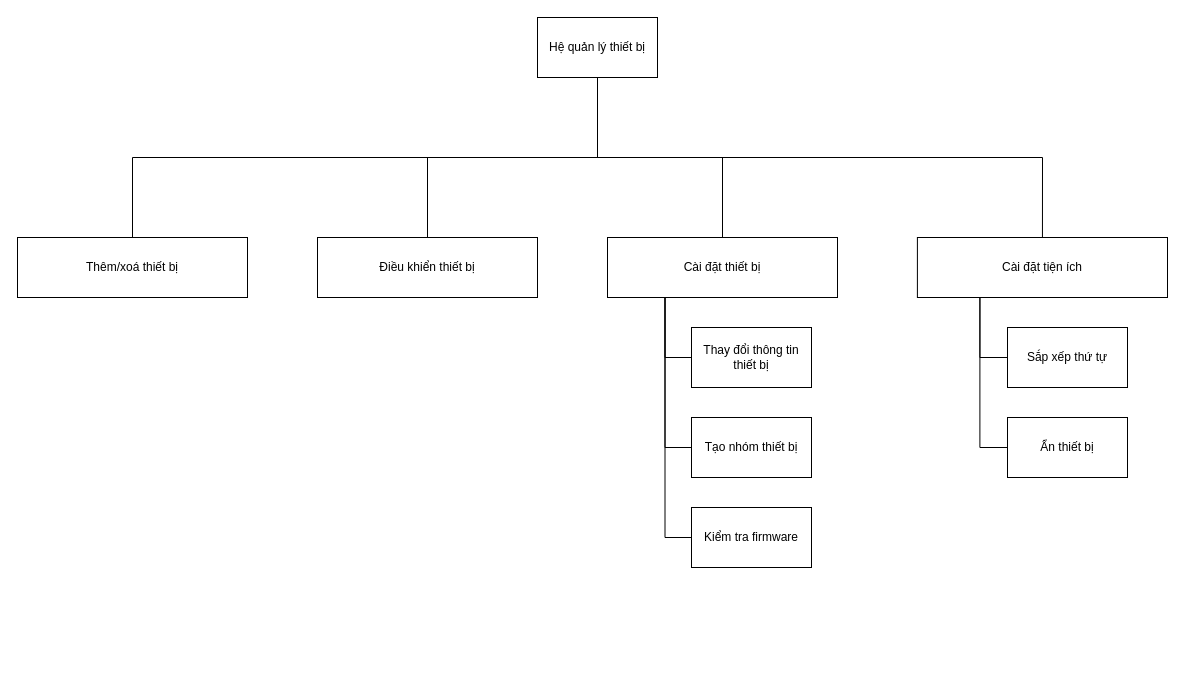
The draw.io diagram page "FDD-Hệ quản lý thiết bị" (2 of 19) of iotentities.drawio in khanhdew/SmartHome, before the edit. Source tidied: cells renumbered, new cells numbered last; positions are measured from the earlier drawing's top-left corner, leaving out a move shared by most shapes. Both pictures are drawn from the tidied source at 100%, with x=0, y=0 at pixel (17, 17).
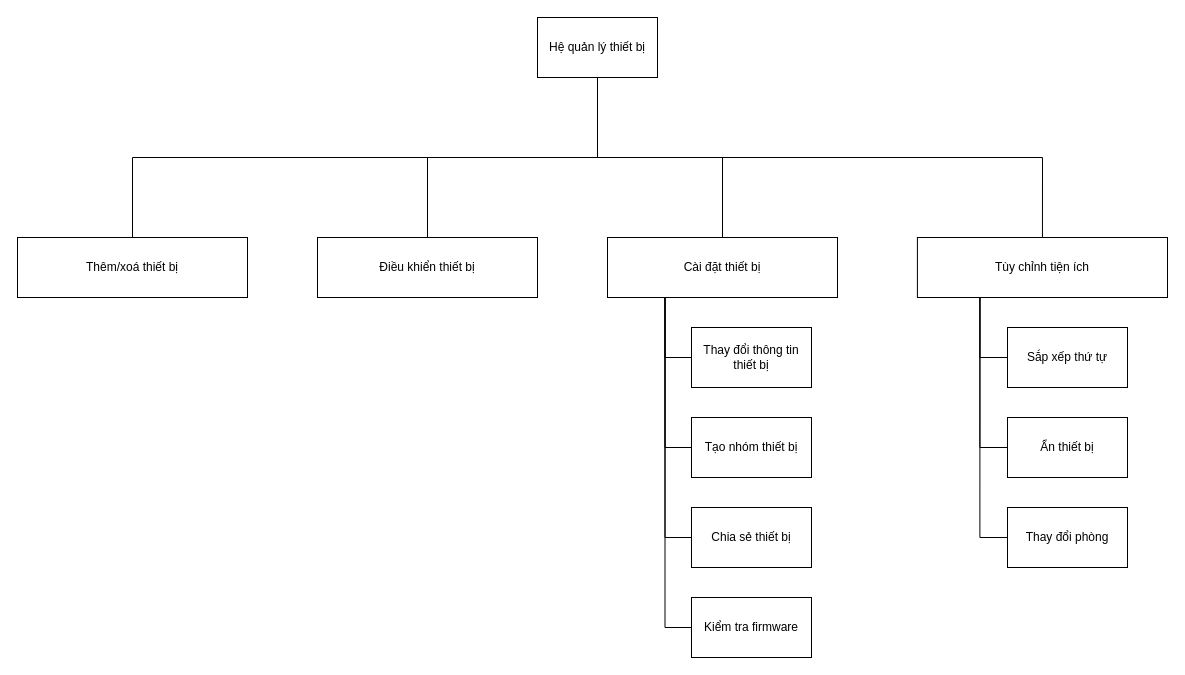
Above is the later version.

The change refers to these unchanged cells:
```xml
<mxCell id="9" value="Cài đặt thiết bị" style="rounded=0;whiteSpace=wrap;html=1;" parent="1" vertex="1">
  <mxGeometry x="590" y="220" width="230" height="60" as="geometry" />
</mxCell>
```

Change to the diagram source:
```diff
@@
-    <mxCell id="11" value="Cài đặt tiện ích" style="rounded=0;whiteSpace=wrap;html=1;" parent="1" vertex="1">
+    <mxCell id="11" value="Tùy chỉnh tiện ích" style="rounded=0;whiteSpace=wrap;html=1;" parent="1" vertex="1">
       <mxGeometry x="899.9" y="220" width="250.1" height="60" as="geometry" />
     </mxCell>
@@
+    <mxCell id="21" style="edgeStyle=orthogonalEdgeStyle;rounded=0;jettySize=auto;html=1;exitX=0;exitY=0.5;exitDx=0;exitDy=0;entryX=0.25;entryY=1;entryDx=0;entryDy=0;endArrow=none;endFill=0;" parent="1" edge="1" source="22" target="9">
+      <mxGeometry relative="1" as="geometry" />
+    </mxCell>
+    <mxCell id="22" value="Chia sẻ thiết bị" style="rounded=0;whiteSpace=wrap;html=1;" parent="1" vertex="1">
+      <mxGeometry x="674" y="490" width="120" height="60" as="geometry" />
+    </mxCell>
@@
+    <mxCell id="23" style="edgeStyle=orthogonalEdgeStyle;rounded=0;jettySize=auto;html=1;exitX=0;exitY=0.5;exitDx=0;exitDy=0;entryX=0.25;entryY=1;entryDx=0;entryDy=0;endArrow=none;endFill=0;" parent="1" edge="1" source="24" target="11">
+      <mxGeometry relative="1" as="geometry" />
+    </mxCell>
+    <mxCell id="24" value="Thay đổi phòng" style="rounded=0;whiteSpace=wrap;html=1;" parent="1" vertex="1">
+      <mxGeometry x="990" y="490" width="120" height="60" as="geometry" />
+    </mxCell>
     <mxCell id="20" value="Kiểm tra firmware" style="rounded=0;whiteSpace=wrap;html=1;" parent="1" vertex="1">
-      <mxGeometry x="674" y="490" width="120" height="60" as="geometry" />
+      <mxGeometry x="674" y="580" width="120" height="60" as="geometry" />
     </mxCell>
```
